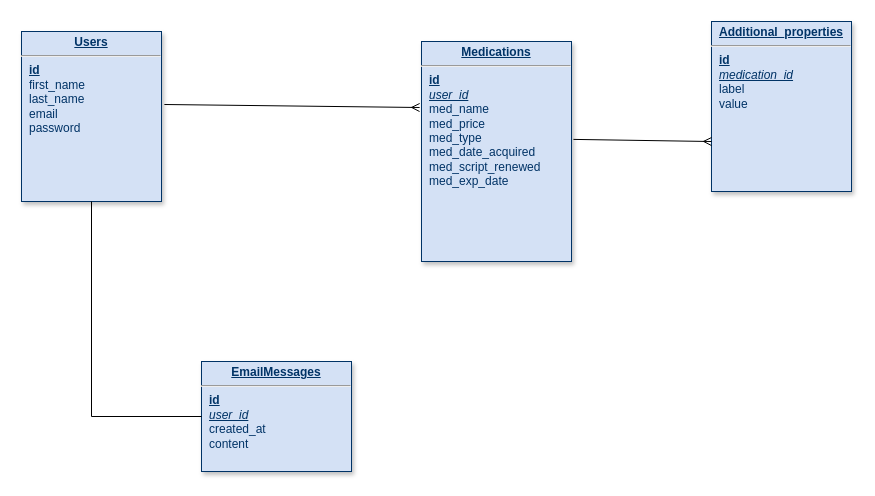
Above: public/assets/ERD/ERD.drawio in bernardjbs/Medic-Manager (draw.io), before the change. Source tidied: cells renumbered, new cells numbered last; positions are measured from the earlier drawing's top-left corner, leaving out a move shared by most shapes. Both pictures are drawn from the tidied source at 100%, with x=0, y=0 at pixel (21, 21).
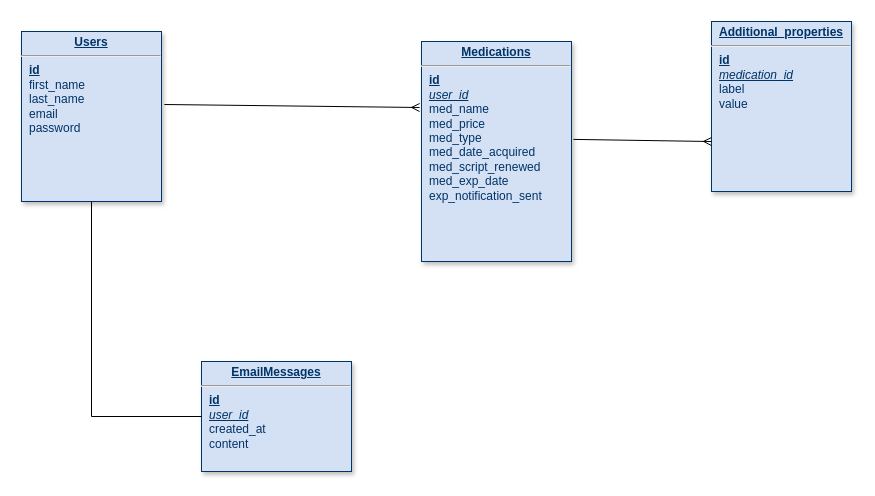
The same page after the edit.

Change to the diagram source:
```diff
@@
 <mxGraphModel>
   <root>
     <mxCell id="0" />
     <mxCell id="1" parent="0" />
     <mxCell id="2" value="&lt;p style=&quot;margin: 0px ; margin-top: 4px ; text-align: center ; text-decoration: underline&quot;&gt;&lt;strong&gt;Users&lt;/strong&gt;&lt;/p&gt;&lt;hr&gt;&lt;p style=&quot;margin: 0px ; margin-left: 8px&quot;&gt;&lt;u&gt;&lt;b&gt;id&lt;/b&gt;&lt;/u&gt;&lt;/p&gt;&lt;p style=&quot;margin: 0px ; margin-left: 8px&quot;&gt;&lt;span style=&quot;background-color: initial;&quot;&gt;first_name&lt;/span&gt;&lt;br&gt;&lt;/p&gt;&lt;p style=&quot;margin: 0px ; margin-left: 8px&quot;&gt;&lt;span style=&quot;background-color: initial;&quot;&gt;last_name&lt;/span&gt;&lt;/p&gt;&lt;p style=&quot;margin: 0px ; margin-left: 8px&quot;&gt;email&lt;span style=&quot;background-color: initial;&quot;&gt;&lt;br&gt;&lt;/span&gt;&lt;/p&gt;&lt;p style=&quot;margin: 0px ; margin-left: 8px&quot;&gt;password&lt;br&gt;&lt;/p&gt;" style="verticalAlign=top;align=left;overflow=fill;fontSize=12;fontFamily=Helvetica;html=1;strokeColor=#003366;shadow=1;fillColor=#D4E1F5;fontColor=#003366;" parent="1" vertex="1">
       <mxGeometry y="10" width="140" height="170" as="geometry" />
     </mxCell>
-    <mxCell id="3" value="&lt;p style=&quot;margin: 0px ; margin-top: 4px ; text-align: center ; text-decoration: underline&quot;&gt;&lt;strong&gt;Medications&lt;/strong&gt;&lt;/p&gt;&lt;hr&gt;&lt;p style=&quot;margin: 0px ; margin-left: 8px&quot;&gt;&lt;u&gt;&lt;b&gt;id&lt;/b&gt;&lt;/u&gt;&lt;/p&gt;&lt;p style=&quot;margin: 0px ; margin-left: 8px&quot;&gt;&lt;i style=&quot;background-color: initial;&quot;&gt;&lt;u&gt;user_id&lt;/u&gt;&lt;/i&gt;&lt;br&gt;&lt;/p&gt;&lt;p style=&quot;margin: 0px ; margin-left: 8px&quot;&gt;med_name&lt;/p&gt;&lt;p style=&quot;margin: 0px ; margin-left: 8px&quot;&gt;med_price&lt;/p&gt;&lt;p style=&quot;margin: 0px ; margin-left: 8px&quot;&gt;med_type&lt;/p&gt;&lt;p style=&quot;margin: 0px ; margin-left: 8px&quot;&gt;med_date_acquired&lt;/p&gt;&lt;p style=&quot;margin: 0px ; margin-left: 8px&quot;&gt;med_script_renewed&lt;/p&gt;&lt;p style=&quot;margin: 0px ; margin-left: 8px&quot;&gt;med_exp_date&lt;/p&gt;" style="verticalAlign=top;align=left;overflow=fill;fontSize=12;fontFamily=Helvetica;html=1;strokeColor=#003366;shadow=1;fillColor=#D4E1F5;fontColor=#003366;" parent="1" vertex="1">
+    <mxCell id="3" value="&lt;p style=&quot;margin: 0px ; margin-top: 4px ; text-align: center ; text-decoration: underline&quot;&gt;&lt;strong&gt;Medications&lt;/strong&gt;&lt;/p&gt;&lt;hr&gt;&lt;p style=&quot;margin: 0px ; margin-left: 8px&quot;&gt;&lt;u&gt;&lt;b&gt;id&lt;/b&gt;&lt;/u&gt;&lt;/p&gt;&lt;p style=&quot;margin: 0px ; margin-left: 8px&quot;&gt;&lt;i style=&quot;background-color: initial;&quot;&gt;&lt;u&gt;user_id&lt;/u&gt;&lt;/i&gt;&lt;br&gt;&lt;/p&gt;&lt;p style=&quot;margin: 0px ; margin-left: 8px&quot;&gt;med_name&lt;/p&gt;&lt;p style=&quot;margin: 0px ; margin-left: 8px&quot;&gt;med_price&lt;/p&gt;&lt;p style=&quot;margin: 0px ; margin-left: 8px&quot;&gt;med_type&lt;/p&gt;&lt;p style=&quot;margin: 0px ; margin-left: 8px&quot;&gt;med_date_acquired&lt;/p&gt;&lt;p style=&quot;margin: 0px ; margin-left: 8px&quot;&gt;med_script_renewed&lt;/p&gt;&lt;p style=&quot;margin: 0px ; margin-left: 8px&quot;&gt;med_exp_date&lt;/p&gt;&lt;p style=&quot;margin: 0px ; margin-left: 8px&quot;&gt;exp_notification_sent&lt;br&gt;&lt;/p&gt;" style="verticalAlign=top;align=left;overflow=fill;fontSize=12;fontFamily=Helvetica;html=1;strokeColor=#003366;shadow=1;fillColor=#D4E1F5;fontColor=#003366;" parent="1" vertex="1">
       <mxGeometry x="400" y="20" width="150" height="220" as="geometry" />
     </mxCell>
     <mxCell id="4" value="&lt;p style=&quot;margin: 0px ; margin-top: 4px ; text-align: center ; text-decoration: underline&quot;&gt;&lt;strong&gt;EmailMessages&lt;/strong&gt;&lt;/p&gt;&lt;hr&gt;&lt;p style=&quot;margin: 0px ; margin-left: 8px&quot;&gt;&lt;u&gt;&lt;b&gt;id&lt;/b&gt;&lt;/u&gt;&lt;/p&gt;&lt;p style=&quot;margin: 0px ; margin-left: 8px&quot;&gt;&lt;i&gt;&lt;u&gt;user_id&lt;/u&gt;&lt;/i&gt;&lt;/p&gt;&lt;p style=&quot;margin: 0px ; margin-left: 8px&quot;&gt;created_at&lt;/p&gt;&lt;p style=&quot;margin: 0px ; margin-left: 8px&quot;&gt;content&lt;/p&gt;" style="verticalAlign=top;align=left;overflow=fill;fontSize=12;fontFamily=Helvetica;html=1;strokeColor=#003366;shadow=1;fillColor=#D4E1F5;fontColor=#003366;" parent="1" vertex="1">
       <mxGeometry x="180" y="340" width="150" height="110" as="geometry" />
     </mxCell>
     <mxCell id="5" style="endArrow=ERmany;html=1;rounded=0;endFill=0;exitX=1.021;exitY=0.441;exitDx=0;exitDy=0;exitPerimeter=0;entryX=-0.013;entryY=0.309;entryDx=0;entryDy=0;entryPerimeter=0;" parent="1" edge="1">
       <mxGeometry relative="1" as="geometry">
         <mxPoint x="142.9" y="83" as="sourcePoint" />
         <mxPoint x="398.1" y="86" as="targetPoint" />
       </mxGeometry>
     </mxCell>
     <mxCell id="6" style="endArrow=none;html=1;rounded=0;exitX=0;exitY=0.5;exitDx=0;exitDy=0;endFill=0;entryX=0.5;entryY=1;entryDx=0;entryDy=0;" parent="1" edge="1" source="4" target="2">
       <mxGeometry relative="1" as="geometry">
         <Array as="points">
           <mxPoint x="70" y="395" />
         </Array>
       </mxGeometry>
     </mxCell>
     <mxCell id="7" value="&lt;p style=&quot;margin: 0px ; margin-top: 4px ; text-align: center ; text-decoration: underline&quot;&gt;&lt;strong&gt;Additional_properties&lt;/strong&gt;&lt;/p&gt;&lt;hr&gt;&lt;p style=&quot;margin: 0px ; margin-left: 8px&quot;&gt;&lt;u&gt;&lt;b&gt;id&lt;/b&gt;&lt;/u&gt;&lt;/p&gt;&lt;p style=&quot;margin: 0px ; margin-left: 8px&quot;&gt;&lt;span style=&quot;background-color: initial;&quot;&gt;&lt;i&gt;&lt;u&gt;medication_id&lt;/u&gt;&lt;/i&gt;&lt;/span&gt;&lt;/p&gt;&lt;p style=&quot;margin: 0px ; margin-left: 8px&quot;&gt;label&lt;/p&gt;&lt;p style=&quot;margin: 0px ; margin-left: 8px&quot;&gt;value&lt;/p&gt;" style="verticalAlign=top;align=left;overflow=fill;fontSize=12;fontFamily=Helvetica;html=1;strokeColor=#003366;shadow=1;fillColor=#D4E1F5;fontColor=#003366;" parent="1" vertex="1">
       <mxGeometry x="690" width="140" height="170" as="geometry" />
     </mxCell>
     <mxCell id="8" style="endArrow=ERmany;html=1;rounded=0;endFill=0;exitX=1.013;exitY=0.445;exitDx=0;exitDy=0;exitPerimeter=0;entryX=0;entryY=0.706;entryDx=0;entryDy=0;entryPerimeter=0;" parent="1" edge="1" source="3" target="7">
       <mxGeometry relative="1" as="geometry" />
     </mxCell>
   </root>
 </mxGraphModel>
```
